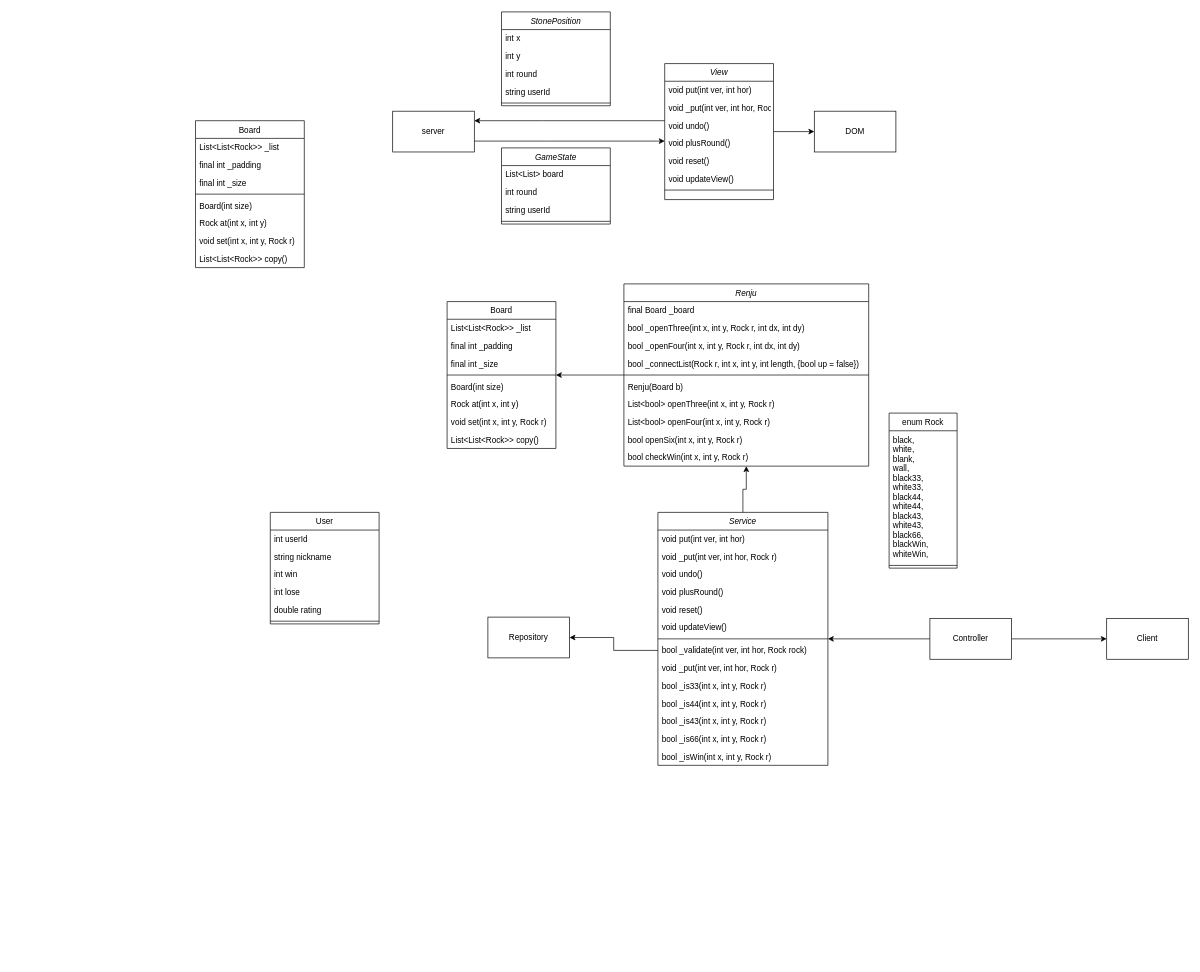
Before: 인프기말.drawio in oyc0401/internet_programming, a draw.io diagram. Source tidied: cells renumbered, new cells numbered last; positions are measured from the earlier drawing's top-left corner, leaving out a move shared by most shapes. Both pictures are drawn from the tidied source at 68%, with x=0, y=0 at pixel (195, 12).
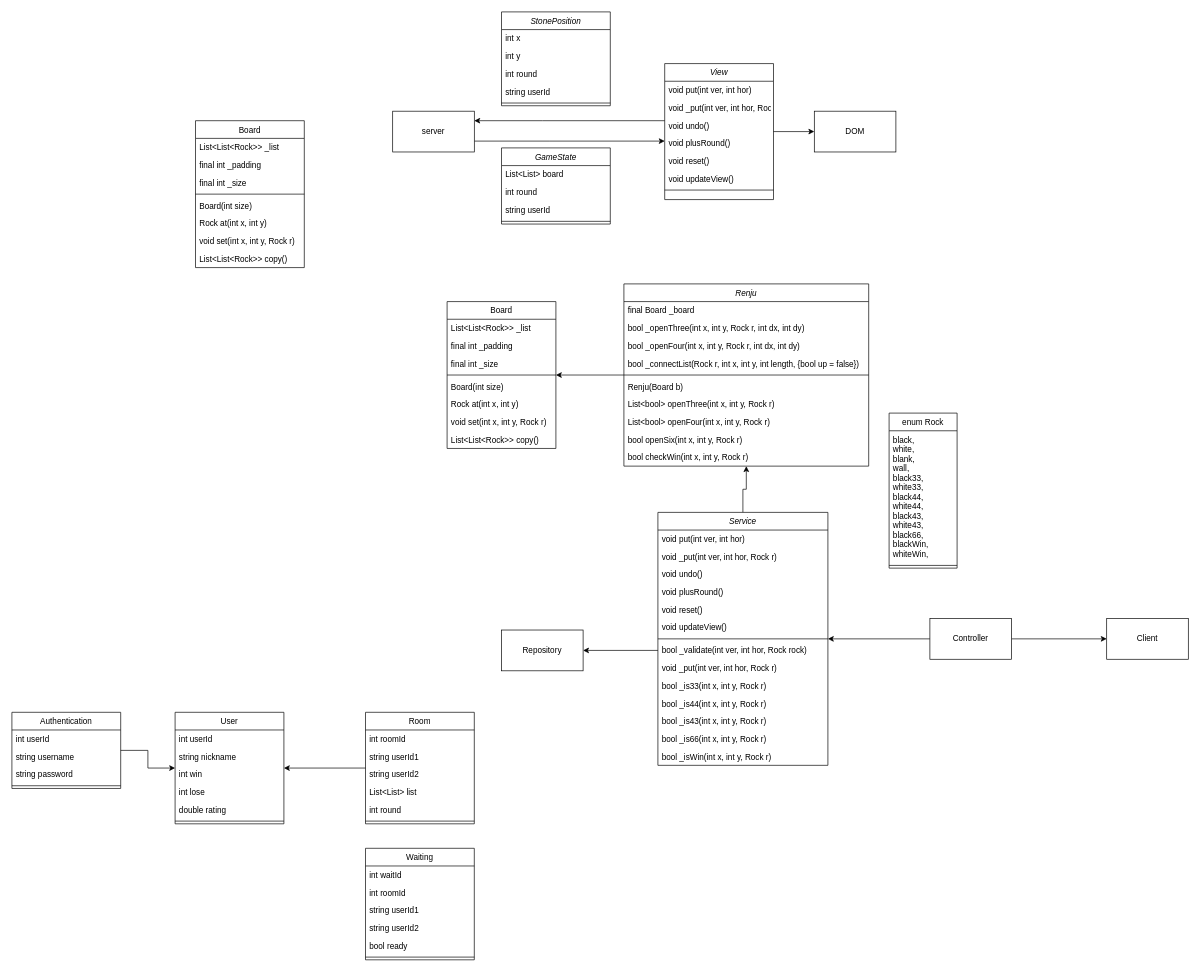
After the change.

Commit message:
인프기말.drawio 업데이트

Change to the diagram source:
```diff
@@
     <mxCell id="79" value="Repository" style="rounded=0;whiteSpace=wrap;html=1;" parent="1" vertex="1">
-      <mxGeometry x="430" y="890" width="120" height="60" as="geometry" />
+      <mxGeometry x="450" y="909" width="120" height="60" as="geometry" />
     </mxCell>
@@
     <mxCell id="81" value="User" style="swimlane;fontStyle=0;align=center;verticalAlign=top;horizontal=1;startSize=26;rounded=0;shadow=0;strokeWidth=1;" parent="1" vertex="1">
-      <mxGeometry x="110" y="736" width="160" height="164" as="geometry" />
+      <mxGeometry x="-30" y="1030" width="160" height="164" as="geometry" />
     </mxCell>
@@
+    <mxCell id="88" style="edgeStyle=orthogonalEdgeStyle;rounded=0;jettySize=auto;html=1;" parent="1" edge="1" source="89" target="81">
+      <mxGeometry relative="1" as="geometry" />
+    </mxCell>
+    <mxCell id="89" value="Room" style="swimlane;fontStyle=0;align=center;verticalAlign=top;horizontal=1;startSize=26;rounded=0;shadow=0;strokeWidth=1;" parent="1" vertex="1">
+      <mxGeometry x="250" y="1030" width="160" height="164" as="geometry" />
+    </mxCell>
+    <mxCell id="90" value="int roomId" style="text;align=left;verticalAlign=top;spacingLeft=4;spacingRight=4;overflow=hidden;" parent="89" vertex="1">
+      <mxGeometry y="26" width="160" height="26" as="geometry" />
+    </mxCell>
+    <mxCell id="91" value="string userId1" style="text;align=left;verticalAlign=top;spacingLeft=4;spacingRight=4;overflow=hidden;rounded=0;shadow=0;html=0;" parent="89" vertex="1">
+      <mxGeometry y="52" width="160" height="26" as="geometry" />
+    </mxCell>
+    <mxCell id="92" value="string userId2" style="text;align=left;verticalAlign=top;spacingLeft=4;spacingRight=4;overflow=hidden;rounded=0;shadow=0;html=0;" parent="89" vertex="1">
+      <mxGeometry y="78" width="160" height="26" as="geometry" />
+    </mxCell>
+    <mxCell id="93" value="List&lt;List&gt; list" style="text;align=left;verticalAlign=top;spacingLeft=4;spacingRight=4;overflow=hidden;" parent="89" vertex="1">
+      <mxGeometry y="104" width="160" height="26" as="geometry" />
+    </mxCell>
+    <mxCell id="94" value="int round" style="text;align=left;verticalAlign=top;spacingLeft=4;spacingRight=4;overflow=hidden;" parent="89" vertex="1">
+      <mxGeometry y="130" width="160" height="26" as="geometry" />
+    </mxCell>
+    <mxCell id="95" style="line;html=1;strokeWidth=1;align=left;verticalAlign=middle;spacingTop=-1;spacingLeft=3;spacingRight=3;labelPosition=right;" parent="89" vertex="1">
+      <mxGeometry y="156" width="160" height="8" as="geometry" />
+    </mxCell>
+    <mxCell id="96" style="edgeStyle=orthogonalEdgeStyle;rounded=0;jettySize=auto;html=1;" parent="1" edge="1" source="97" target="81">
+      <mxGeometry relative="1" as="geometry" />
+    </mxCell>
+    <mxCell id="97" value="Authentication" style="swimlane;fontStyle=0;align=center;verticalAlign=top;horizontal=1;startSize=26;rounded=0;shadow=0;strokeWidth=1;" parent="1" vertex="1">
+      <mxGeometry x="-270" y="1030" width="160" height="112" as="geometry" />
+    </mxCell>
+    <mxCell id="98" value="int userId" style="text;align=left;verticalAlign=top;spacingLeft=4;spacingRight=4;overflow=hidden;rounded=0;shadow=0;html=0;" parent="97" vertex="1">
+      <mxGeometry y="26" width="160" height="26" as="geometry" />
+    </mxCell>
+    <mxCell id="99" value="string username" style="text;align=left;verticalAlign=top;spacingLeft=4;spacingRight=4;overflow=hidden;rounded=0;shadow=0;html=0;" parent="97" vertex="1">
+      <mxGeometry y="52" width="160" height="26" as="geometry" />
+    </mxCell>
+    <mxCell id="100" value="string password" style="text;align=left;verticalAlign=top;spacingLeft=4;spacingRight=4;overflow=hidden;rounded=0;shadow=0;html=0;" parent="97" vertex="1">
+      <mxGeometry y="78" width="160" height="26" as="geometry" />
+    </mxCell>
+    <mxCell id="101" style="line;html=1;strokeWidth=1;align=left;verticalAlign=middle;spacingTop=-1;spacingLeft=3;spacingRight=3;labelPosition=right;" parent="97" vertex="1">
+      <mxGeometry y="104" width="160" height="8" as="geometry" />
+    </mxCell>
+    <mxCell id="102" value="Waiting" style="swimlane;fontStyle=0;align=center;verticalAlign=top;horizontal=1;startSize=26;rounded=0;shadow=0;strokeWidth=1;" parent="1" vertex="1">
+      <mxGeometry x="250" y="1230" width="160" height="164" as="geometry" />
+    </mxCell>
+    <mxCell id="103" value="int waitId" style="text;align=left;verticalAlign=top;spacingLeft=4;spacingRight=4;overflow=hidden;" parent="102" vertex="1">
+      <mxGeometry y="26" width="160" height="26" as="geometry" />
+    </mxCell>
+    <mxCell id="104" value="int roomId" style="text;align=left;verticalAlign=top;spacingLeft=4;spacingRight=4;overflow=hidden;" parent="102" vertex="1">
+      <mxGeometry y="52" width="160" height="26" as="geometry" />
+    </mxCell>
+    <mxCell id="105" value="string userId1" style="text;align=left;verticalAlign=top;spacingLeft=4;spacingRight=4;overflow=hidden;rounded=0;shadow=0;html=0;" parent="102" vertex="1">
+      <mxGeometry y="78" width="160" height="26" as="geometry" />
+    </mxCell>
+    <mxCell id="106" value="string userId2" style="text;align=left;verticalAlign=top;spacingLeft=4;spacingRight=4;overflow=hidden;rounded=0;shadow=0;html=0;" parent="102" vertex="1">
+      <mxGeometry y="104" width="160" height="26" as="geometry" />
+    </mxCell>
+    <mxCell id="107" value="bool ready" style="text;align=left;verticalAlign=top;spacingLeft=4;spacingRight=4;overflow=hidden;rounded=0;shadow=0;html=0;" parent="102" vertex="1">
+      <mxGeometry y="130" width="160" height="26" as="geometry" />
+    </mxCell>
+    <mxCell id="108" style="line;html=1;strokeWidth=1;align=left;verticalAlign=middle;spacingTop=-1;spacingLeft=3;spacingRight=3;labelPosition=right;" parent="102" vertex="1">
+      <mxGeometry y="156" width="160" height="8" as="geometry" />
+    </mxCell>
```
